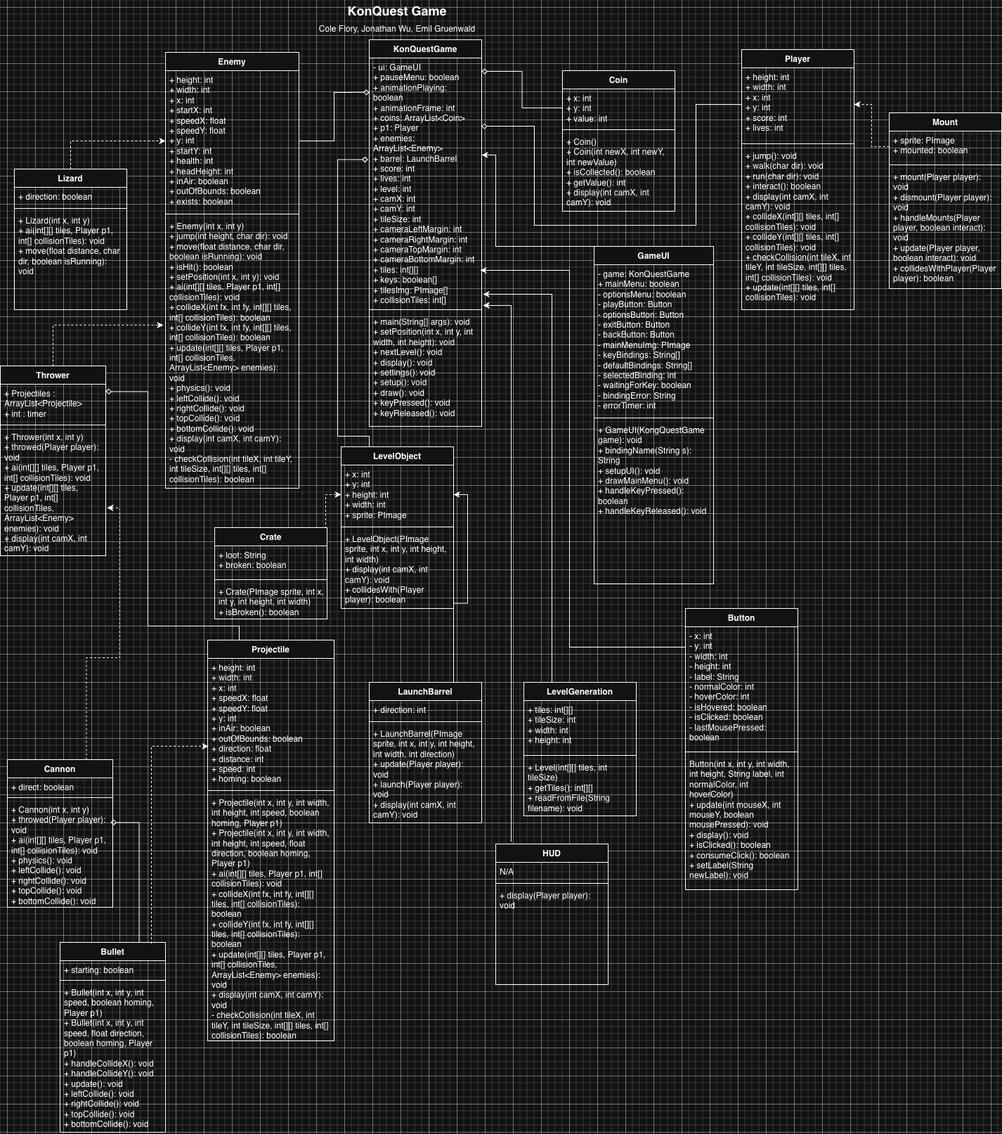
The draw.io diagram resources/UML.png in CFlory-Programming/AdvProgrammingGroupProject, before a commit. Source tidied: cells renumbered, new cells last; positions are measured from the earlier drawing's top-left corner, leaving out a move shared by most shapes.
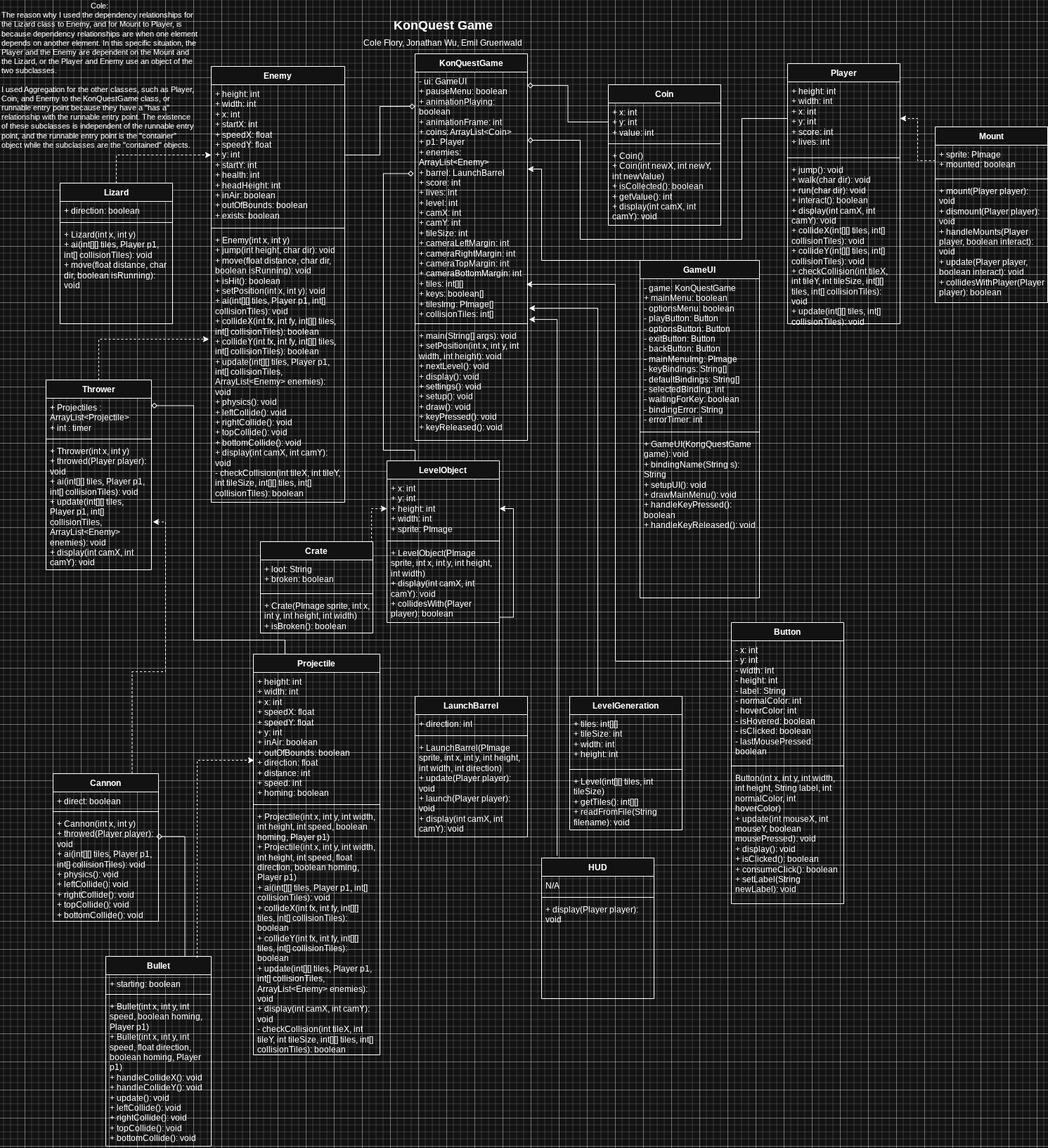
Later version of the same file.

What changed in the source:
```diff
@@ -293,5 +293,8 @@
     <mxCell id="88" style="edgeStyle=orthogonalEdgeStyle;rounded=0;jettySize=auto;html=1;exitX=0.5;exitY=0;exitDx=0;exitDy=0;entryX=-0.016;entryY=0.399;entryDx=0;entryDy=0;entryPerimeter=0;dashed=1;" parent="1" edge="1" source="63" target="13">
       <mxGeometry relative="1" as="geometry" />
     </mxCell>
+    <mxCell id="89" value="&lt;div style=&quot;text-align: center;&quot;&gt;&lt;span style=&quot;background-color: transparent; color: light-dark(rgb(0, 0, 0), rgb(255, 255, 255));&quot;&gt;Cole:&lt;/span&gt;&lt;/div&gt;&lt;div&gt;&lt;span style=&quot;background-color: transparent; color: light-dark(rgb(0, 0, 0), rgb(255, 255, 255));&quot;&gt;The reason why I used the dependency relationships for the Lizard class to Enemy, and for Mount to Player, is because dependency relationships are when one element depends on another element. In this specific situation, the Player and the Enemy are dependent on the Mount and the Lizard, or the Player and Enemy use an object of the two subclasses.&lt;br&gt;&lt;br&gt;I used Aggregation for the other classes, such as Player, Coin, and Enemy to the KonQuestGame class, or runnable entry point because they have a &quot;has a&quot; relationship with the runnable entry point. The existence of these subclasses is independent of the runnable entry point, and the runnable entry point is the &quot;container&quot; object while the subclasses are the &quot;contained&quot; objects.&lt;/span&gt;&lt;/div&gt;" style="text;html=1;whiteSpace=wrap;strokeColor=none;fillColor=none;align=left;verticalAlign=middle;rounded=0;fontSize=11;" parent="1" vertex="1">
+      <mxGeometry x="-65.5" y="-20" width="281" height="213" as="geometry" />
+    </mxCell>
   </root>
 </mxGraphModel>
```
